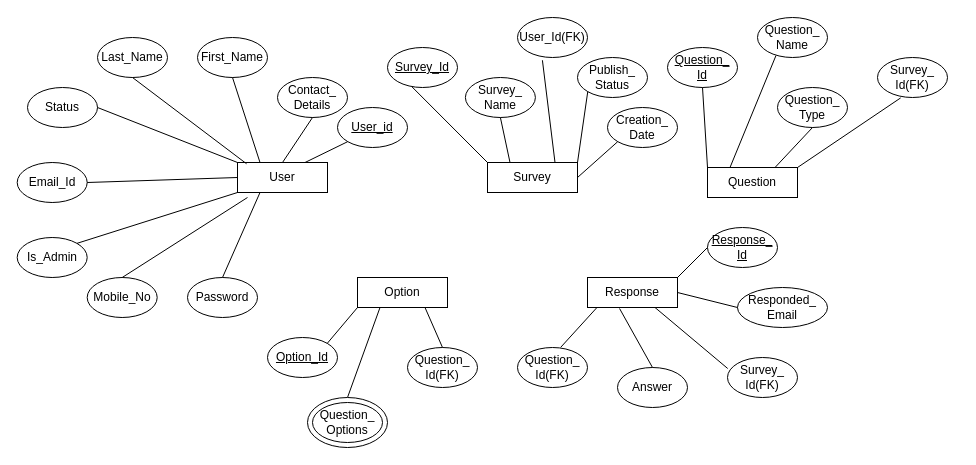
Above: Untitled Diagram.drawio in jayesh18/jayeshbhutiya.github.io (draw.io), before the change. Source tidied: cells renumbered, new cells numbered last; positions are measured from the earlier drawing's top-left corner, leaving out a move shared by most shapes. Both pictures are drawn from the tidied source at 100%, with x=0, y=0 at pixel (17, 17).
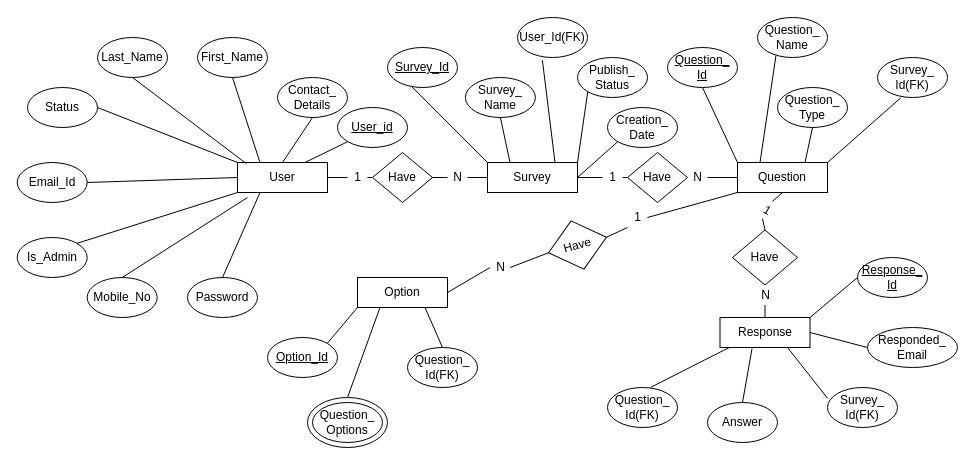
The same page after the edit.

The change refers to these unchanged cells:
```xml
<mxCell id="2" value="User" style="rounded=0;whiteSpace=wrap;html=1;" parent="1" vertex="1">
  <mxGeometry x="220" y="145" width="90" height="30" as="geometry" />
</mxCell>
<mxCell id="3" value="Option" style="rounded=0;whiteSpace=wrap;html=1;" parent="1" vertex="1">
  <mxGeometry x="340" y="260" width="90" height="30" as="geometry" />
</mxCell>
<mxCell id="4" value="Survey" style="rounded=0;whiteSpace=wrap;html=1;" parent="1" vertex="1">
  <mxGeometry x="470" y="145" width="90" height="30" as="geometry" />
</mxCell>
```

Diff of the diagram source:
```diff
@@
     <mxCell id="5" value="Response" style="rounded=0;whiteSpace=wrap;html=1;" parent="1" vertex="1">
-      <mxGeometry x="570" y="260" width="90" height="30" as="geometry" />
+      <mxGeometry x="702.5" y="300" width="90" height="30" as="geometry" />
     </mxCell>
     <mxCell id="6" value="Question" style="rounded=0;whiteSpace=wrap;html=1;" parent="1" vertex="1">
-      <mxGeometry x="690" y="150" width="90" height="30" as="geometry" />
+      <mxGeometry x="720" y="145" width="90" height="30" as="geometry" />
     </mxCell>
@@
     <mxCell id="50" value="&lt;u&gt;Response_&lt;br&gt;Id&lt;br&gt;&lt;/u&gt;" style="ellipse;whiteSpace=wrap;html=1;" parent="1" vertex="1">
-      <mxGeometry x="690" y="210" width="70" height="40" as="geometry" />
+      <mxGeometry x="840" y="240" width="70" height="40" as="geometry" />
     </mxCell>
     <mxCell id="51" value="Survey_&lt;br&gt;Id(FK)" style="ellipse;whiteSpace=wrap;html=1;" parent="1" vertex="1">
-      <mxGeometry x="710" y="340" width="70" height="40" as="geometry" />
+      <mxGeometry x="810" y="370" width="70" height="40" as="geometry" />
     </mxCell>
     <mxCell id="52" value="Responded_&lt;br&gt;Email" style="ellipse;whiteSpace=wrap;html=1;" parent="1" vertex="1">
-      <mxGeometry x="720" y="270" width="90" height="40" as="geometry" />
+      <mxGeometry x="850" y="310" width="90" height="40" as="geometry" />
     </mxCell>
     <mxCell id="53" value="Answer" style="ellipse;whiteSpace=wrap;html=1;" parent="1" vertex="1">
-      <mxGeometry x="600" y="350" width="70" height="40" as="geometry" />
+      <mxGeometry x="690" y="385" width="70" height="40" as="geometry" />
     </mxCell>
     <mxCell id="54" value="Question_&lt;br&gt;Id(FK)" style="ellipse;whiteSpace=wrap;html=1;" parent="1" vertex="1">
-      <mxGeometry x="500" y="330" width="70" height="40" as="geometry" />
+      <mxGeometry x="590" y="370" width="70" height="40" as="geometry" />
     </mxCell>
@@
+    <mxCell id="60" value="Have" style="rhombus;whiteSpace=wrap;html=1;" parent="1" vertex="1">
+      <mxGeometry x="355" y="135" width="60" height="50" as="geometry" />
+    </mxCell>
+    <mxCell id="61" value="Have" style="rhombus;whiteSpace=wrap;html=1;rotation=-15;" parent="1" vertex="1">
+      <mxGeometry x="530" y="202.5" width="60" height="50" as="geometry" />
+    </mxCell>
+    <mxCell id="62" value="Have" style="rhombus;whiteSpace=wrap;html=1;" parent="1" vertex="1">
+      <mxGeometry x="610" y="135" width="60" height="50" as="geometry" />
+    </mxCell>
+    <mxCell id="63" style="endArrow=none;html=1;exitX=1;exitY=0.5;exitDx=0;exitDy=0;entryX=0;entryY=0.5;entryDx=0;entryDy=0;" parent="1" edge="1" source="72" target="60">
+      <mxGeometry relative="1" as="geometry" />
+    </mxCell>
+    <mxCell id="64" style="endArrow=none;html=1;exitX=1;exitY=0.5;exitDx=0;exitDy=0;entryX=0;entryY=0.5;entryDx=0;entryDy=0;" parent="1" edge="1" source="74" target="4">
+      <mxGeometry relative="1" as="geometry" />
+    </mxCell>
+    <mxCell id="65" style="endArrow=none;html=1;exitX=1;exitY=0.5;exitDx=0;exitDy=0;entryX=0;entryY=0.5;entryDx=0;entryDy=0;" parent="1" edge="1" source="80" target="62">
+      <mxGeometry relative="1" as="geometry" />
+    </mxCell>
+    <mxCell id="66" style="endArrow=none;html=1;exitX=1;exitY=0.5;exitDx=0;exitDy=0;entryX=0;entryY=0.5;entryDx=0;entryDy=0;" parent="1" edge="1" source="82" target="6">
+      <mxGeometry relative="1" as="geometry" />
+    </mxCell>
+    <mxCell id="67" style="endArrow=none;html=1;exitX=0.5;exitY=1;exitDx=0;exitDy=0;entryX=0.5;entryY=0;entryDx=0;entryDy=0;" parent="1" edge="1" source="86" target="5">
+      <mxGeometry relative="1" as="geometry" />
+    </mxCell>
+    <mxCell id="68" style="endArrow=none;html=1;exitX=1;exitY=0.5;exitDx=0;exitDy=0;entryX=0;entryY=0.5;entryDx=0;entryDy=0;" parent="1" edge="1" source="78" target="61">
+      <mxGeometry relative="1" as="geometry" />
+    </mxCell>
+    <mxCell id="69" value="Have" style="rhombus;whiteSpace=wrap;html=1;" parent="1" vertex="1">
+      <mxGeometry x="715" y="212.5" width="65" height="55" as="geometry" />
+    </mxCell>
+    <mxCell id="70" style="endArrow=none;html=1;exitX=1;exitY=0.5;exitDx=0;exitDy=0;entryX=0;entryY=1;entryDx=0;entryDy=0;" parent="1" edge="1" source="76" target="6">
+      <mxGeometry relative="1" as="geometry" />
+    </mxCell>
+    <mxCell id="71" style="endArrow=none;html=1;exitX=0.5;exitY=1;exitDx=0;exitDy=0;entryX=0.5;entryY=0;entryDx=0;entryDy=0;" parent="1" edge="1" source="84" target="69">
+      <mxGeometry relative="1" as="geometry" />
+    </mxCell>
+    <mxCell id="72" value="1" style="text;html=1;align=center;verticalAlign=middle;points=[];" parent="1" vertex="1">
+      <mxGeometry x="330" y="150" width="20" height="20" as="geometry" />
+    </mxCell>
+    <mxCell id="73" style="endArrow=none;html=1;exitX=1;exitY=0.5;exitDx=0;exitDy=0;entryX=0;entryY=0.5;entryDx=0;entryDy=0;" parent="1" edge="1" source="2" target="72">
+      <mxGeometry relative="1" as="geometry" />
+    </mxCell>
+    <mxCell id="74" value="N" style="text;html=1;align=center;verticalAlign=middle;points=[];" parent="1" vertex="1">
+      <mxGeometry x="430" y="150" width="20" height="20" as="geometry" />
+    </mxCell>
+    <mxCell id="75" style="endArrow=none;html=1;exitX=1;exitY=0.5;exitDx=0;exitDy=0;entryX=0;entryY=0.5;entryDx=0;entryDy=0;" parent="1" edge="1" source="60" target="74">
+      <mxGeometry relative="1" as="geometry" />
+    </mxCell>
+    <mxCell id="76" value="1" style="text;html=1;align=center;verticalAlign=middle;points=[];" parent="1" vertex="1">
+      <mxGeometry x="610" y="190" width="20" height="20" as="geometry" />
+    </mxCell>
+    <mxCell id="77" style="endArrow=none;html=1;exitX=1;exitY=0.5;exitDx=0;exitDy=0;entryX=0;entryY=1;entryDx=0;entryDy=0;" parent="1" edge="1" source="61" target="76">
+      <mxGeometry relative="1" as="geometry" />
+    </mxCell>
+    <mxCell id="78" value="N" style="text;html=1;align=center;verticalAlign=middle;points=[];" parent="1" vertex="1">
+      <mxGeometry x="472.6" y="240" width="20" height="20" as="geometry" />
+    </mxCell>
+    <mxCell id="79" style="endArrow=none;html=1;exitX=1;exitY=0.5;exitDx=0;exitDy=0;entryX=0;entryY=0.5;entryDx=0;entryDy=0;" parent="1" edge="1" source="3" target="78">
+      <mxGeometry relative="1" as="geometry" />
+    </mxCell>
+    <mxCell id="80" value="1" style="text;html=1;align=center;verticalAlign=middle;points=[];" parent="1" vertex="1">
+      <mxGeometry x="585" y="150" width="20" height="20" as="geometry" />
+    </mxCell>
+    <mxCell id="81" style="endArrow=none;html=1;exitX=1;exitY=0.5;exitDx=0;exitDy=0;entryX=0;entryY=0.5;entryDx=0;entryDy=0;" parent="1" edge="1" source="4" target="80">
+      <mxGeometry relative="1" as="geometry" />
+    </mxCell>
+    <mxCell id="82" value="N" style="text;html=1;align=center;verticalAlign=middle;points=[];" parent="1" vertex="1">
+      <mxGeometry x="670" y="150" width="20" height="20" as="geometry" />
+    </mxCell>
+    <mxCell id="83" style="endArrow=none;html=1;exitX=1;exitY=0.5;exitDx=0;exitDy=0;entryX=0;entryY=0.5;entryDx=0;entryDy=0;" parent="1" edge="1" source="62" target="82">
+      <mxGeometry relative="1" as="geometry" />
+    </mxCell>
+    <mxCell id="84" value="1" style="text;html=1;align=center;verticalAlign=middle;points=[];rotation=30;" parent="1" vertex="1">
+      <mxGeometry x="740" y="182.5" width="20" height="20" as="geometry" />
+    </mxCell>
+    <mxCell id="85" style="endArrow=none;html=1;exitX=0.5;exitY=1;exitDx=0;exitDy=0;entryX=0.5;entryY=0;entryDx=0;entryDy=0;" parent="1" edge="1" source="6" target="84">
+      <mxGeometry relative="1" as="geometry" />
+    </mxCell>
+    <mxCell id="86" value="N" style="text;html=1;align=center;verticalAlign=middle;points=[];" parent="1" vertex="1">
+      <mxGeometry x="737.5" y="267.5" width="20" height="20" as="geometry" />
+    </mxCell>
+    <mxCell id="87" style="endArrow=none;html=1;exitX=0.5;exitY=1;exitDx=0;exitDy=0;entryX=0.5;entryY=0;entryDx=0;entryDy=0;" parent="1" edge="1" source="69" target="86">
+      <mxGeometry relative="1" as="geometry" />
+    </mxCell>
```
